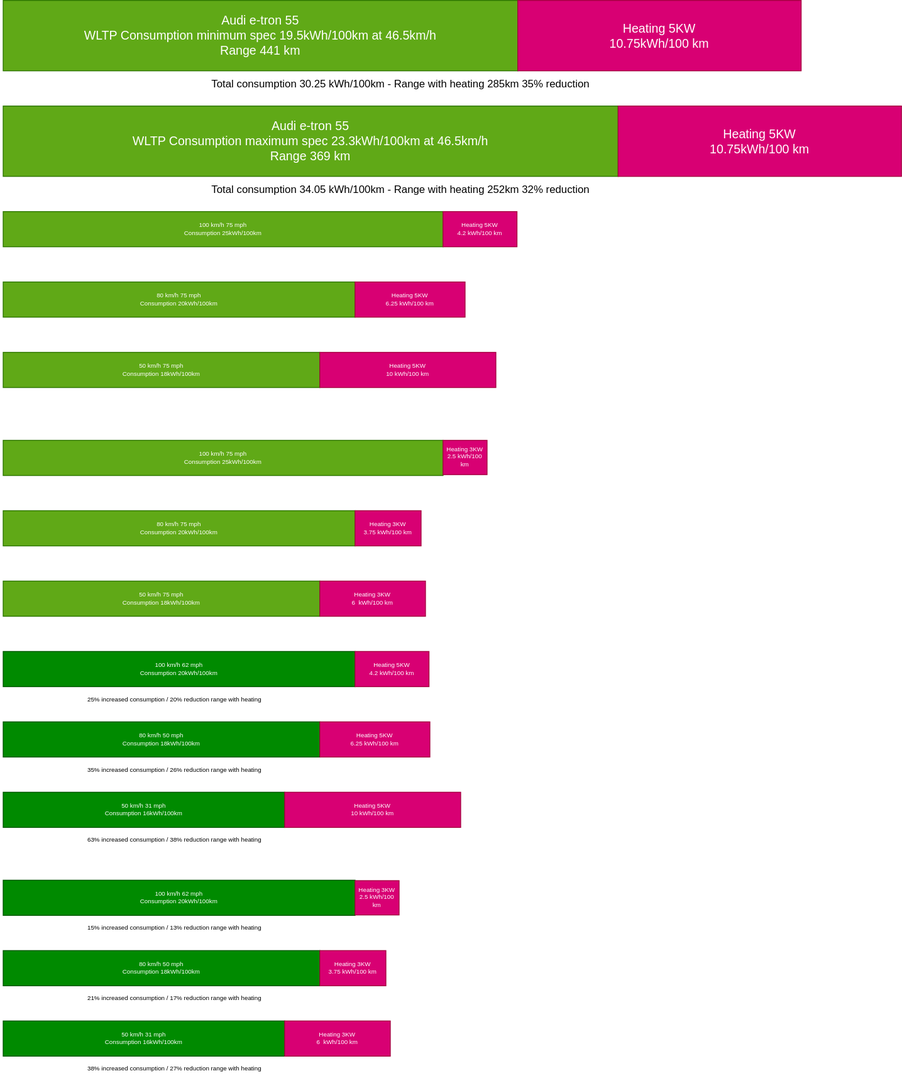
The draw.io diagram content/guides/understandingrange/winterconsumption.drawio.svg in electrichasgoneaudi/electrichasgoneaudi.github.io, before a commit. Source tidied: cells renumbered, new cells last; positions are measured from the earlier drawing's top-left corner, leaving out a move shared by most shapes.
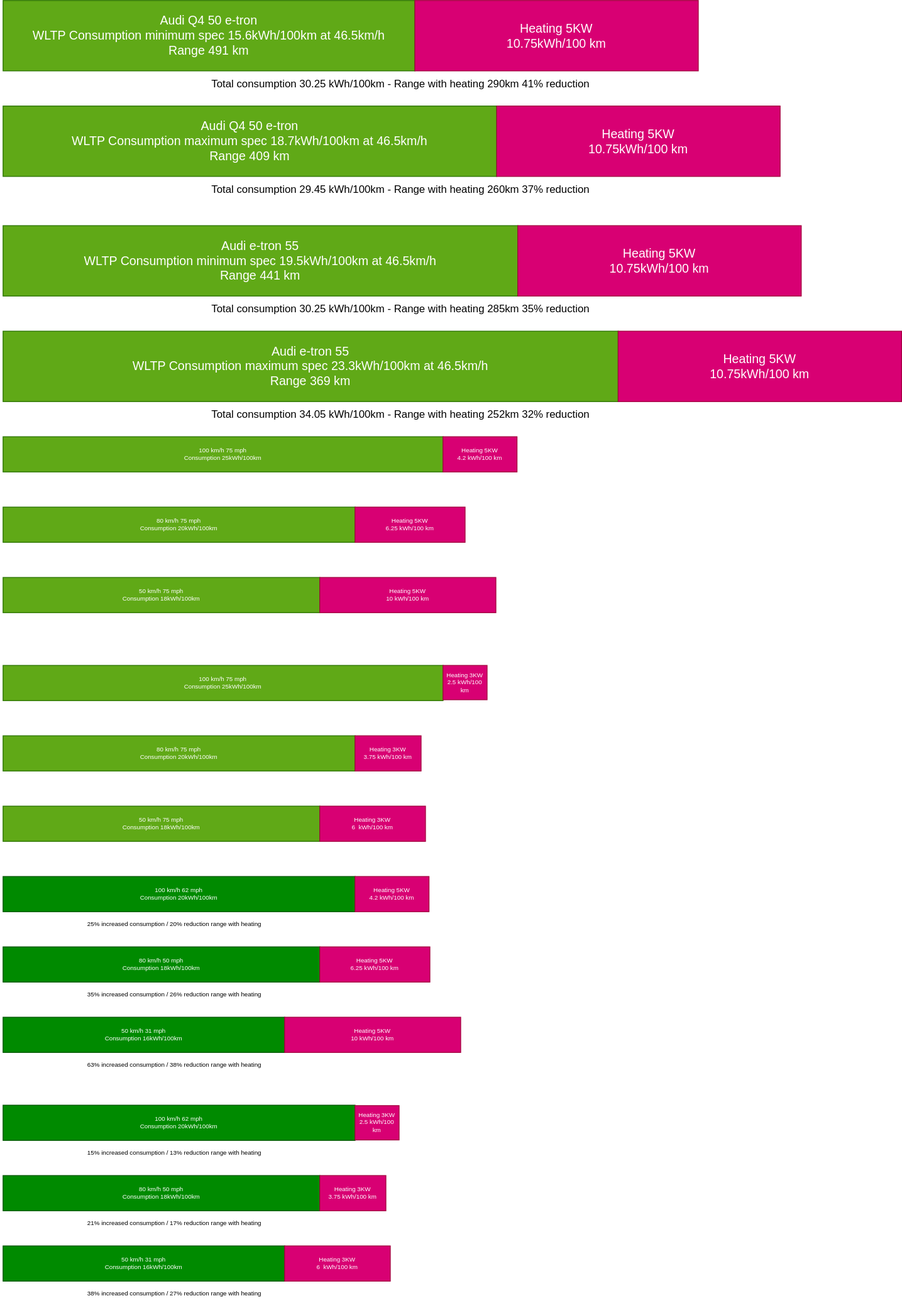
Above is the later version.

Change to the diagram source:
```diff
@@ -110,5 +110,23 @@
     <mxCell id="37" value="Total consumption 34.05 kWh/100km - Range with heating 252km 32% reduction" style="text;html=1;strokeColor=none;fillColor=none;align=center;verticalAlign=middle;whiteSpace=wrap;rounded=0;" parent="1" vertex="1">
       <mxGeometry y="200" width="910" height="30" as="geometry" />
     </mxCell>
+    <mxCell id="38" value="&lt;font style=&quot;font-size: 14px&quot;&gt;Audi Q4 50 e-tron&amp;nbsp;&lt;br&gt;WLTP Consumption minimum spec 15.6kWh/100km at 46.5km/h&lt;br&gt;Range 491 km&lt;/font&gt;" style="rounded=0;whiteSpace=wrap;html=1;fillColor=#60a917;fontColor=#ffffff;strokeColor=#2D7600;fontSize=7;" parent="1" vertex="1">
+      <mxGeometry x="3" y="-256" width="468" height="80" as="geometry" />
+    </mxCell>
+    <mxCell id="39" value="&lt;font style=&quot;font-size: 14px&quot;&gt;Heating 5KW&lt;br&gt;10.75kWh/100 km&lt;/font&gt;" style="rounded=0;whiteSpace=wrap;html=1;fillColor=#d80073;fontColor=#ffffff;strokeColor=#A50040;fontSize=7;" parent="1" vertex="1">
+      <mxGeometry x="471" y="-256" width="322" height="80" as="geometry" />
+    </mxCell>
+    <mxCell id="40" value="Total consumption 30.25 kWh/100km - Range with heating 290km 41% reduction" style="text;html=1;strokeColor=none;fillColor=none;align=center;verticalAlign=middle;whiteSpace=wrap;rounded=0;" parent="1" vertex="1">
+      <mxGeometry y="-176" width="910" height="30" as="geometry" />
+    </mxCell>
+    <mxCell id="41" value="&lt;font style=&quot;font-size: 14px&quot;&gt;Audi Q4 50 e-tron&lt;br&gt;WLTP Consumption maximum spec 18.7kWh/100km at 46.5km/h&lt;br&gt;Range 409 km&lt;/font&gt;" style="rounded=0;whiteSpace=wrap;html=1;fillColor=#60a917;fontColor=#ffffff;strokeColor=#2D7600;fontSize=7;" parent="1" vertex="1">
+      <mxGeometry x="3" y="-136" width="561" height="80" as="geometry" />
+    </mxCell>
+    <mxCell id="42" value="&lt;font style=&quot;font-size: 14px&quot;&gt;Heating 5KW&lt;br&gt;10.75kWh/100 km&lt;/font&gt;" style="rounded=0;whiteSpace=wrap;html=1;fillColor=#d80073;fontColor=#ffffff;strokeColor=#A50040;fontSize=7;" parent="1" vertex="1">
+      <mxGeometry x="564" y="-136" width="322" height="80" as="geometry" />
+    </mxCell>
+    <mxCell id="43" value="Total consumption 29.45 kWh/100km - Range with heating 260km 37% reduction" style="text;html=1;strokeColor=none;fillColor=none;align=center;verticalAlign=middle;whiteSpace=wrap;rounded=0;" parent="1" vertex="1">
+      <mxGeometry y="-56" width="910" height="30" as="geometry" />
+    </mxCell>
   </root>
 </mxGraphModel>
```
